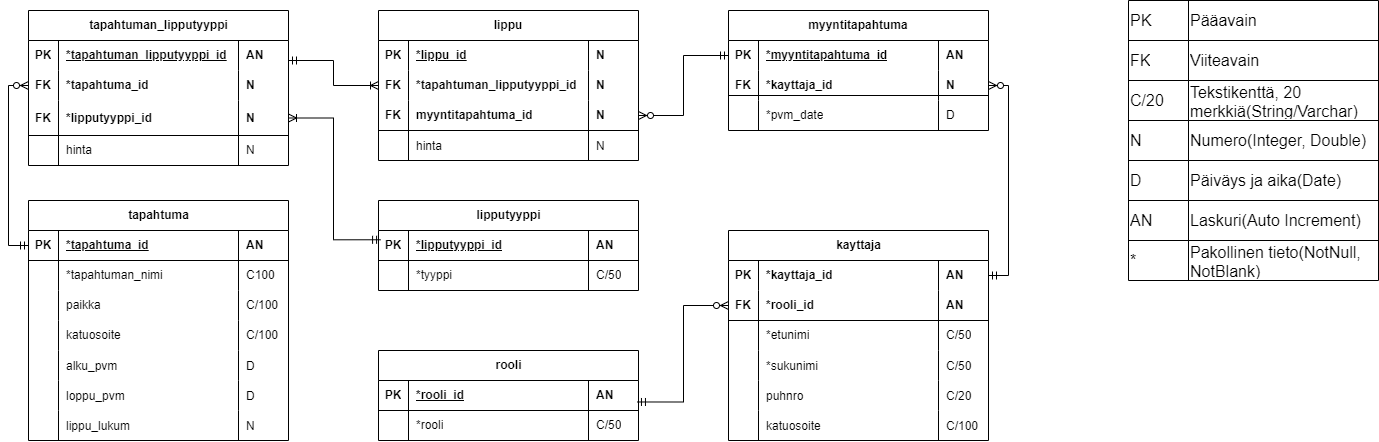
vilp91/Lipunmyyntijarjestelma keeps this draw.io diagram as Dokumentit/Kaaviot/tietokantakaavio.png. Above is the earlier version. Source tidied: cells renumbered, new cells last; positions are measured from the earlier drawing's top-left corner, leaving out a move shared by most shapes.
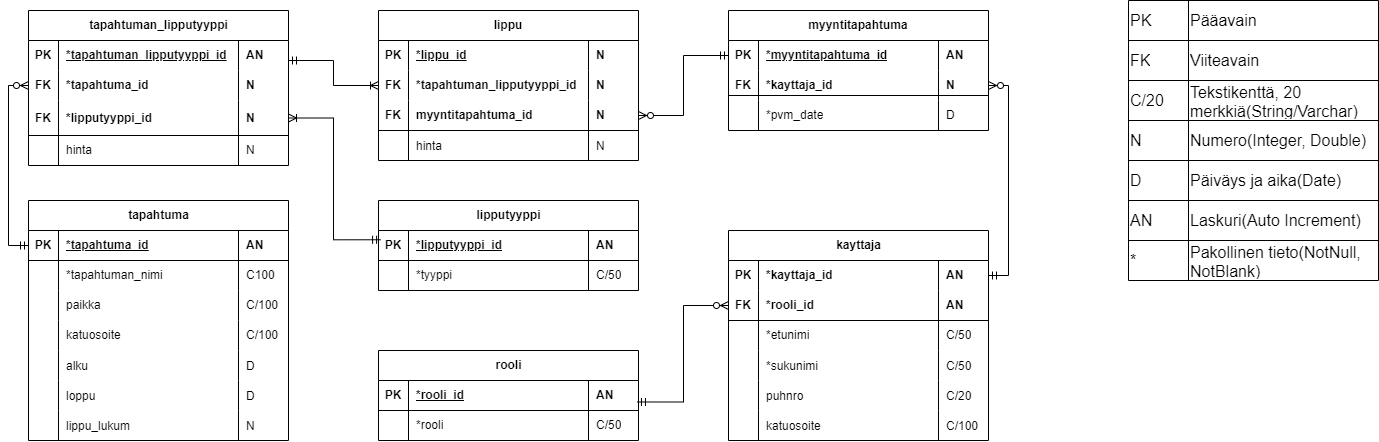
Above is the later version.

Commit message:
Päivitetty: Tapahtuma(entity+dokumentaatio), tietokantakaavio + kuva, Tapahtuman delete- ja post-metodit, API dokumentaatio

Diff of the diagram source:
```diff
@@ -59,7 +59,7 @@
     <mxCell id="20" style="shape=partialRectangle;fillColor=none;top=0;left=0;bottom=0;right=0;overflow=hidden;" parent="19" vertex="1">
       <mxGeometry width="30" height="30" as="geometry" />
     </mxCell>
-    <mxCell id="21" value="alku_pvm" style="shape=partialRectangle;fillColor=none;top=0;left=0;bottom=0;right=0;align=left;spacingLeft=6;overflow=hidden;" parent="19" vertex="1">
+    <mxCell id="21" value="alku" style="shape=partialRectangle;fillColor=none;top=0;left=0;bottom=0;right=0;align=left;spacingLeft=6;overflow=hidden;" parent="19" vertex="1">
       <mxGeometry x="30" width="180" height="30" as="geometry" />
     </mxCell>
     <mxCell id="22" value="D" style="shape=partialRectangle;fillColor=none;top=0;left=0;bottom=0;right=0;align=left;spacingLeft=6;overflow=hidden;" parent="19" vertex="1">
@@ -71,7 +71,7 @@
     <mxCell id="24" style="shape=partialRectangle;fillColor=none;top=0;left=0;bottom=0;right=0;overflow=hidden;" parent="23" vertex="1">
       <mxGeometry width="30" height="30" as="geometry" />
     </mxCell>
-    <mxCell id="25" value="loppu_pvm" style="shape=partialRectangle;fillColor=none;top=0;left=0;bottom=0;right=0;align=left;spacingLeft=6;overflow=hidden;" parent="23" vertex="1">
+    <mxCell id="25" value="loppu" style="shape=partialRectangle;fillColor=none;top=0;left=0;bottom=0;right=0;align=left;spacingLeft=6;overflow=hidden;" parent="23" vertex="1">
       <mxGeometry x="30" width="180" height="30" as="geometry" />
     </mxCell>
     <mxCell id="26" value="D" style="shape=partialRectangle;fillColor=none;top=0;left=0;bottom=0;right=0;align=left;spacingLeft=6;overflow=hidden;" parent="23" vertex="1">
```
